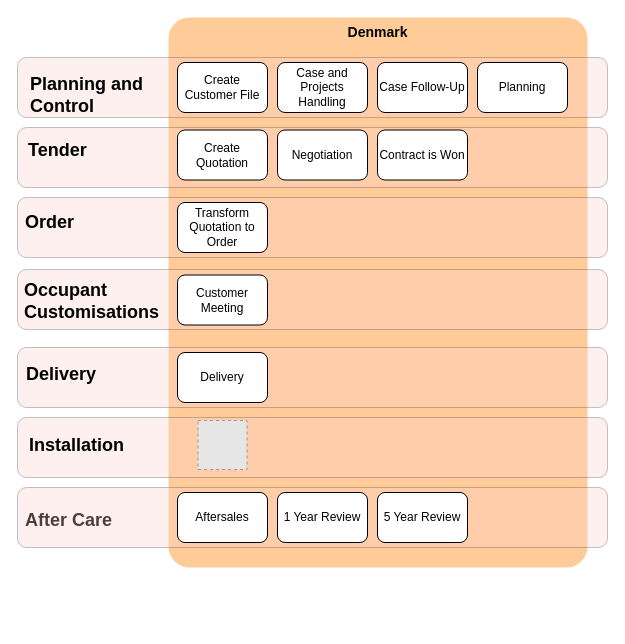
Above: page "Project Denmark" (2 of 8) of Commercial Model.drawio in mrf742002/Diagrams (draw.io), before the change. Source tidied: cells renumbered, new cells numbered last; positions are measured from the earlier drawing's top-left corner, leaving out a move shared by most shapes. Both pictures are drawn from the tidied source at 100%, with x=0, y=0 at pixel (17, 17). Pictures stored in the file or linked from it are replaced by grey dashed boxes.
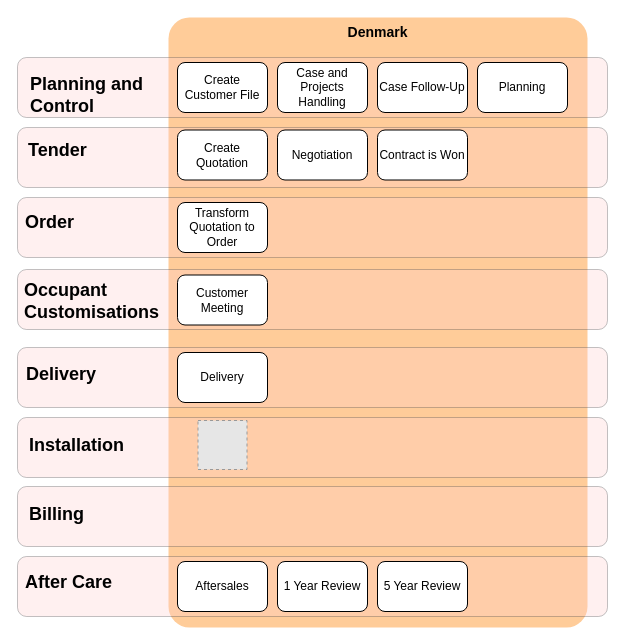
The same diagram, later.

Change to the diagram source:
```diff
@@
     <mxCell id="2" value="&lt;font style=&quot;font-size: 14px&quot;&gt;Denmark&lt;/font&gt;" style="rounded=1;whiteSpace=wrap;html=1;fillColor=#ffcc99;strokeColor=none;verticalAlign=top;fontStyle=1;arcSize=5;" parent="1" vertex="1">
-      <mxGeometry x="151" width="419" height="550" as="geometry" />
+      <mxGeometry x="151" width="419" height="610" as="geometry" />
     </mxCell>
+    <mxCell id="16" style="rounded=1;whiteSpace=wrap;html=1;align=left;fillColor=#ffcccc;strokeColor=#36393d;opacity=30;fontStyle=1;" parent="1" vertex="1">
+      <mxGeometry y="539" width="590" height="60" as="geometry" />
+    </mxCell>
@@
     <mxCell id="15" value="&lt;span style=&quot;font-size: 18px&quot;&gt;After Care&lt;/span&gt;" style="text;html=1;align=left;verticalAlign=top;spacingTop=-4;fontStyle=1;" parent="1" vertex="1">
-      <mxGeometry x="6" y="490" width="100" height="20" as="geometry" />
+      <mxGeometry x="6" y="552" width="100" height="20" as="geometry" />
     </mxCell>
-    <mxCell id="16" style="rounded=1;whiteSpace=wrap;html=1;align=left;fillColor=#ffcccc;strokeColor=#36393d;opacity=30;fontStyle=1;" parent="1" vertex="1">
-      <mxGeometry y="470" width="590" height="60" as="geometry" />
-    </mxCell>
@@
     <mxCell id="28" value="Aftersales" style="rounded=1;whiteSpace=wrap;html=1;" parent="1" vertex="1">
-      <mxGeometry x="160" y="475" width="90" height="50" as="geometry" />
+      <mxGeometry x="160" y="544" width="90" height="50" as="geometry" />
     </mxCell>
     <mxCell id="29" value="1 Year Review" style="rounded=1;whiteSpace=wrap;html=1;" parent="1" vertex="1">
-      <mxGeometry x="260" y="475" width="90" height="50" as="geometry" />
+      <mxGeometry x="260" y="544" width="90" height="50" as="geometry" />
     </mxCell>
     <mxCell id="30" value="5 Year Review" style="rounded=1;whiteSpace=wrap;html=1;" parent="1" vertex="1">
-      <mxGeometry x="360" y="475" width="90" height="50" as="geometry" />
+      <mxGeometry x="360" y="544" width="90" height="50" as="geometry" />
     </mxCell>
+    <mxCell id="31" style="rounded=1;whiteSpace=wrap;html=1;align=left;fillColor=#ffcccc;strokeColor=#36393d;opacity=30;fontStyle=1;" parent="1" vertex="1">
+      <mxGeometry y="469" width="590" height="60" as="geometry" />
+    </mxCell>
+    <mxCell id="32" value="&lt;span style=&quot;font-size: 18px&quot;&gt;Billing&lt;/span&gt;" style="text;html=1;align=left;verticalAlign=top;spacingTop=-4;fontStyle=1;" parent="1" vertex="1">
+      <mxGeometry x="10" y="484" width="60" height="20" as="geometry" />
+    </mxCell>
```
